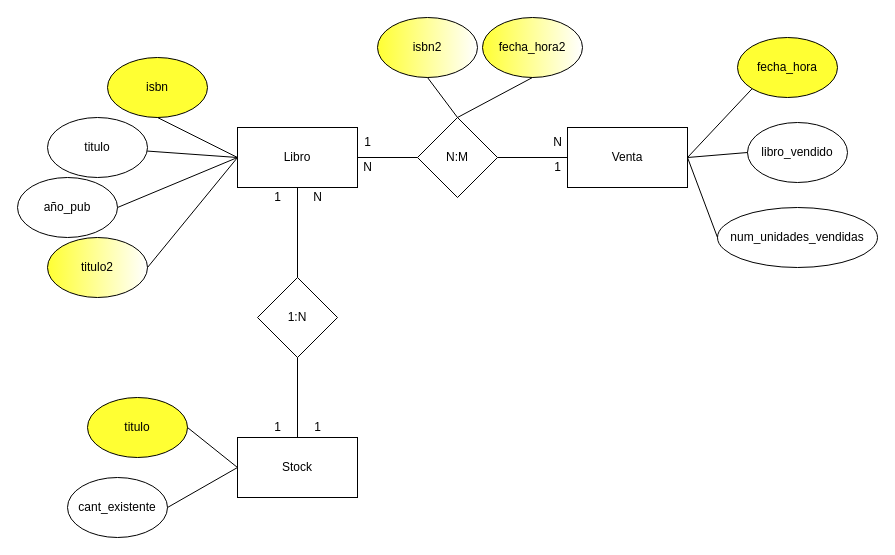
This is ProyectosCiclo2/libros/src/main/java/co/edu/utp/misiontic2022/c2/cdiaz/bookshop/libreria.drawio from coscristian/Ciclo-2---MinTic, a draw.io file, before an edit. Source tidied: cells renumbered, new cells numbered last; positions are measured from the earlier drawing's top-left corner, leaving out a move shared by most shapes. Both pictures are drawn from the tidied source at 100%, with x=0, y=0 at pixel (17, 17).
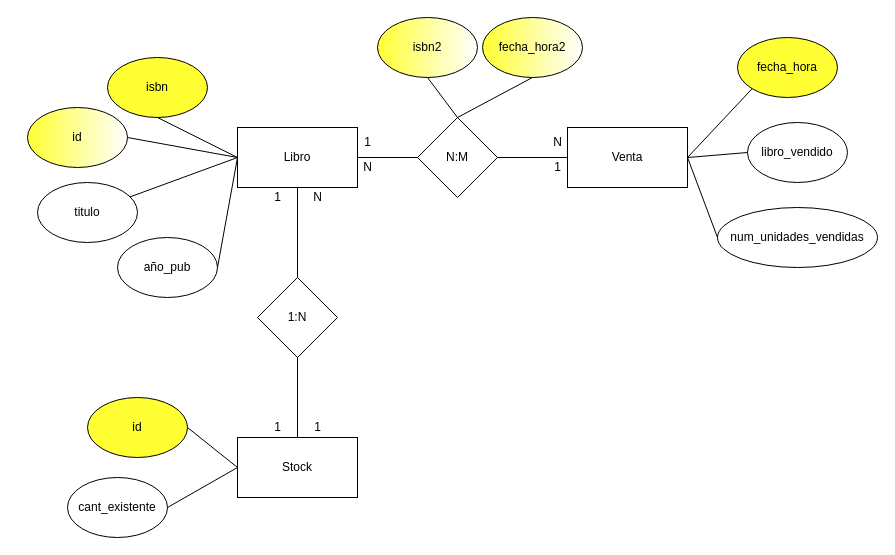
Above is the later version.

Commit message:
Commit finalización diagrama

Change to the diagram source:
```diff
@@
     <mxCell id="3" value="titulo" style="ellipse;whiteSpace=wrap;html=1;" parent="1" vertex="1">
-      <mxGeometry x="30" y="100" width="100" height="60" as="geometry" />
+      <mxGeometry x="20" y="165" width="100" height="60" as="geometry" />
     </mxCell>
@@
     <mxCell id="5" value="año_pub" style="ellipse;whiteSpace=wrap;html=1;" parent="1" vertex="1">
-      <mxGeometry y="160" width="100" height="60" as="geometry" />
+      <mxGeometry x="100" y="220" width="100" height="60" as="geometry" />
     </mxCell>
@@
-    <mxCell id="10" value="titulo" style="ellipse;whiteSpace=wrap;html=1;fillColor=#FFFF33;" parent="1" vertex="1">
+    <mxCell id="10" value="id" style="ellipse;whiteSpace=wrap;html=1;fillColor=#FFFF33;" parent="1" vertex="1">
       <mxGeometry x="70" y="380" width="100" height="60" as="geometry" />
     </mxCell>
@@
-    <mxCell id="21" value="titulo2" style="ellipse;whiteSpace=wrap;html=1;fillColor=#FFFF33;gradientColor=#FFFFFF;gradientDirection=east;" parent="1" vertex="1">
-      <mxGeometry x="30" y="220" width="100" height="60" as="geometry" />
+    <mxCell id="21" value="id" style="ellipse;whiteSpace=wrap;html=1;fillColor=#FFFF33;gradientColor=#FFFFFF;gradientDirection=east;" parent="1" vertex="1">
+      <mxGeometry x="10" y="90" width="100" height="60" as="geometry" />
     </mxCell>
```
